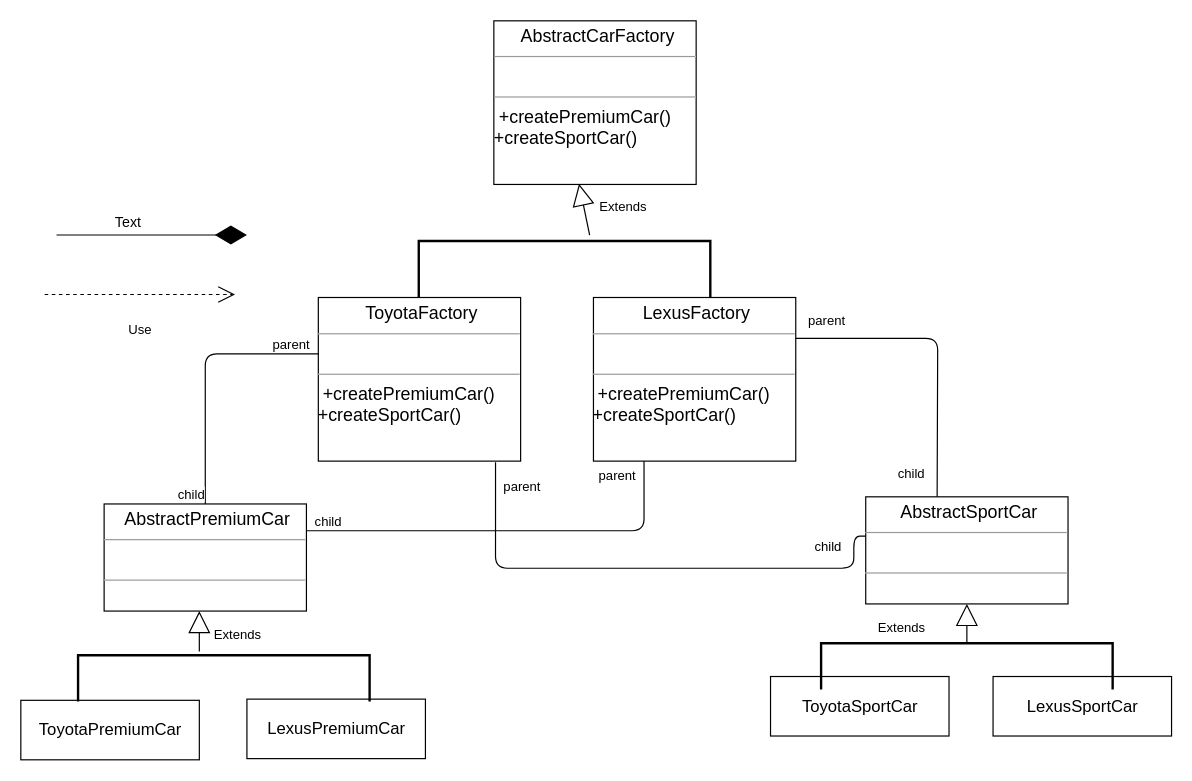
Before: creational/abstract-factory/abs-factory.drawio in MaksShadows/Patterns, a draw.io diagram. Source tidied: cells renumbered, new cells numbered last; positions are measured from the earlier drawing's top-left corner, leaving out a move shared by most shapes. Both pictures are drawn from the tidied source at 119%, with x=0, y=0 at pixel (20, 20).
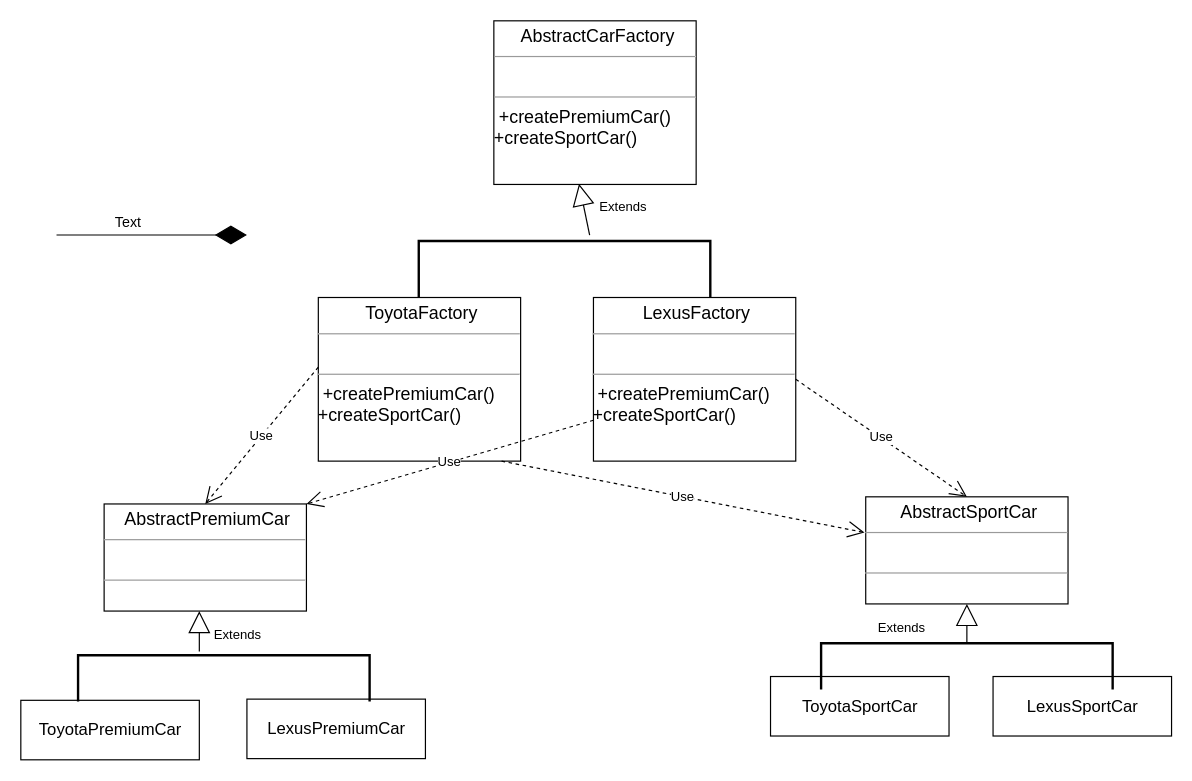
After the change.

The change refers to these unchanged cells:
```xml
<mxCell id="3" value="&lt;p style=&quot;margin: 4px 0px 0px ; text-align: center&quot;&gt;&lt;font&gt;&lt;span style=&quot;font-size: 15px&quot;&gt;&amp;nbsp;&lt;/span&gt;&lt;/font&gt;&lt;span style=&quot;font-size: 15px&quot;&gt;ToyotaFactory&lt;/span&gt;&lt;/p&gt;&lt;hr size=&quot;1&quot; style=&quot;font-size: 15px&quot;&gt;&lt;p style=&quot;margin: 0px 0px 0px 4px ; font-size: 15px&quot;&gt;&lt;font style=&quot;font-size: 15px&quot;&gt;&lt;br&gt;&lt;/font&gt;&lt;/p&gt;&lt;hr size=&quot;1&quot; style=&quot;font-size: 15px&quot;&gt;&lt;p style=&quot;margin: 0px 0px 0px 4px ; font-size: 15px&quot;&gt;&lt;/p&gt;&lt;span style=&quot;text-align: justify&quot;&gt;&lt;font&gt;&lt;span style=&quot;font-size: 15px&quot;&gt;&amp;nbsp;+createPremiumCar&lt;/span&gt;&lt;span style=&quot;font-size: 15px&quot;&gt;()&lt;/span&gt;&lt;br&gt;&lt;/font&gt;&lt;span style=&quot;font-size: 15px&quot;&gt;+createSportCar()&lt;/span&gt;&lt;br&gt;&lt;/span&gt;" style="verticalAlign=top;align=left;overflow=fill;fontSize=12;fontFamily=Helvetica;html=1;" parent="1" vertex="1">
  <mxGeometry x="250" y="232.5" width="170" height="137.5" as="geometry" />
</mxCell>
<mxCell id="5" value="&lt;p style=&quot;margin: 4px 0px 0px ; text-align: center&quot;&gt;&lt;font&gt;&lt;span style=&quot;font-size: 15px&quot;&gt;&amp;nbsp;&lt;/span&gt;&lt;/font&gt;&lt;span style=&quot;font-size: 15px&quot;&gt;LexusFactory&lt;/span&gt;&lt;/p&gt;&lt;hr size=&quot;1&quot; style=&quot;font-size: 15px&quot;&gt;&lt;p style=&quot;margin: 0px 0px 0px 4px ; font-size: 15px&quot;&gt;&lt;font style=&quot;font-size: 15px&quot;&gt;&lt;br&gt;&lt;/font&gt;&lt;/p&gt;&lt;hr size=&quot;1&quot; style=&quot;font-size: 15px&quot;&gt;&lt;p style=&quot;margin: 0px 0px 0px 4px ; font-size: 15px&quot;&gt;&lt;/p&gt;&lt;span style=&quot;text-align: justify&quot;&gt;&lt;font&gt;&lt;span style=&quot;font-size: 15px&quot;&gt;&amp;nbsp;+createPremiumCar&lt;/span&gt;&lt;span style=&quot;font-size: 15px&quot;&gt;()&lt;/span&gt;&lt;br&gt;&lt;/font&gt;&lt;span style=&quot;font-size: 15px&quot;&gt;+createSportCar()&lt;/span&gt;&lt;br&gt;&lt;/span&gt;" style="verticalAlign=top;align=left;overflow=fill;fontSize=12;fontFamily=Helvetica;html=1;" parent="1" vertex="1">
  <mxGeometry x="481.2" y="232.5" width="170" height="137.5" as="geometry" />
</mxCell>
<mxCell id="7" value="&lt;p style=&quot;margin: 4px 0px 0px ; text-align: center&quot;&gt;&lt;font&gt;&lt;span style=&quot;font-size: 15px&quot;&gt;&amp;nbsp;&lt;/span&gt;&lt;/font&gt;&lt;span style=&quot;font-size: 15px&quot;&gt;AbstractPremiumCar&lt;/span&gt;&lt;/p&gt;&lt;hr size=&quot;1&quot; style=&quot;font-size: 15px&quot;&gt;&lt;p style=&quot;margin: 0px 0px 0px 4px ; font-size: 15px&quot;&gt;&lt;font style=&quot;font-size: 15px&quot;&gt;&lt;br&gt;&lt;/font&gt;&lt;/p&gt;&lt;hr size=&quot;1&quot; style=&quot;font-size: 15px&quot;&gt;&lt;p style=&quot;margin: 0px 0px 0px 4px ; font-size: 15px&quot;&gt;&lt;/p&gt;&lt;span style=&quot;text-align: justify&quot;&gt;&lt;font&gt;&lt;span style=&quot;font-size: 15px&quot;&gt;&amp;nbsp;&lt;/span&gt;&lt;/font&gt;&lt;br&gt;&lt;/span&gt;" style="verticalAlign=top;align=left;overflow=fill;fontSize=12;fontFamily=Helvetica;html=1;" parent="1" vertex="1">
  <mxGeometry x="70" y="406" width="170" height="90" as="geometry" />
</mxCell>
<mxCell id="8" value="&lt;p style=&quot;margin: 4px 0px 0px ; text-align: center&quot;&gt;&lt;font&gt;&lt;span style=&quot;font-size: 15px&quot;&gt;&amp;nbsp;&lt;/span&gt;&lt;/font&gt;&lt;span style=&quot;font-size: 15px&quot;&gt;AbstractSportCar&lt;/span&gt;&lt;/p&gt;&lt;hr size=&quot;1&quot; style=&quot;font-size: 15px&quot;&gt;&lt;p style=&quot;margin: 0px 0px 0px 4px ; font-size: 15px&quot;&gt;&lt;font style=&quot;font-size: 15px&quot;&gt;&lt;br&gt;&lt;/font&gt;&lt;/p&gt;&lt;hr size=&quot;1&quot; style=&quot;font-size: 15px&quot;&gt;&lt;p style=&quot;margin: 0px 0px 0px 4px ; font-size: 15px&quot;&gt;&lt;/p&gt;&lt;span style=&quot;text-align: justify&quot;&gt;&lt;font&gt;&lt;span style=&quot;font-size: 15px&quot;&gt;&amp;nbsp;&lt;/span&gt;&lt;/font&gt;&lt;br&gt;&lt;/span&gt;" style="verticalAlign=top;align=left;overflow=fill;fontSize=12;fontFamily=Helvetica;html=1;" parent="1" vertex="1">
  <mxGeometry x="710" y="400" width="170" height="90" as="geometry" />
</mxCell>
```

Change to the diagram source:
```diff
@@
+    <mxCell id="29" style="endArrow=diamondThin;endFill=1;endSize=24;html=1;" parent="1" edge="1">
+      <mxGeometry relative="1" as="geometry">
+        <mxPoint x="30" y="180" as="sourcePoint" />
+        <mxPoint x="190" y="180" as="targetPoint" />
+      </mxGeometry>
+    </mxCell>
+    <mxCell id="31" value="Text" style="text;html=1;align=center;verticalAlign=middle;" parent="1" vertex="1">
+      <mxGeometry x="70" y="160" width="40" height="20" as="geometry" />
+    </mxCell>
-    <mxCell id="17" style="endArrow=none;html=1;edgeStyle=orthogonalEdgeStyle;entryX=0.5;entryY=0;entryDx=0;entryDy=0;exitX=0;exitY=0.345;exitDx=0;exitDy=0;exitPerimeter=0;" parent="1" edge="1" source="3" target="7">
+    <mxCell id="17" value="Use" style="endArrow=open;endSize=12;dashed=1;html=1;exitX=0;exitY=0.425;exitDx=0;exitDy=0;exitPerimeter=0;entryX=0.5;entryY=0;entryDx=0;entryDy=0;" parent="1" edge="1" source="3" target="7">
       <mxGeometry relative="1" as="geometry" />
     </mxCell>
-    <mxCell id="18" value="parent" style="edgeLabel;html=1;align=left;verticalAlign=bottom;" parent="17" vertex="1">
-      <mxGeometry x="-1" relative="1" as="geometry">
-        <mxPoint x="-40" as="offset" />
-      </mxGeometry>
-    </mxCell>
-    <mxCell id="19" value="child" style="edgeLabel;html=1;align=right;verticalAlign=bottom;" parent="17" vertex="1">
-      <mxGeometry x="1" relative="1" as="geometry" />
-    </mxCell>
-    <mxCell id="20" style="endArrow=none;html=1;edgeStyle=orthogonalEdgeStyle;entryX=1;entryY=0.25;entryDx=0;entryDy=0;exitX=0.25;exitY=1;exitDx=0;exitDy=0;" parent="1" edge="1" source="5" target="7">
+    <mxCell id="20" value="Use" style="endArrow=open;endSize=12;dashed=1;html=1;exitX=0;exitY=0.75;exitDx=0;exitDy=0;entryX=1;entryY=0;entryDx=0;entryDy=0;" parent="1" edge="1" source="5" target="7">
       <mxGeometry relative="1" as="geometry" />
     </mxCell>
-    <mxCell id="21" value="parent" style="edgeLabel;html=1;align=left;verticalAlign=bottom;" parent="20" vertex="1">
-      <mxGeometry x="-1" relative="1" as="geometry">
-        <mxPoint x="-40" y="20" as="offset" />
-      </mxGeometry>
-    </mxCell>
-    <mxCell id="22" value="child" style="edgeLabel;html=1;align=right;verticalAlign=bottom;" parent="20" vertex="1">
-      <mxGeometry x="1" relative="1" as="geometry">
-        <mxPoint x="29.7" as="offset" />
-      </mxGeometry>
-    </mxCell>
-    <mxCell id="23" style="endArrow=none;html=1;edgeStyle=orthogonalEdgeStyle;entryX=0.876;entryY=1.007;entryDx=0;entryDy=0;entryPerimeter=0;" parent="1" edge="1" target="3">
-      <mxGeometry relative="1" as="geometry">
-        <mxPoint x="710" y="433" as="sourcePoint" />
-        <Array as="points">
-          <mxPoint x="700" y="433" />
-          <mxPoint x="700" y="460" />
-          <mxPoint x="399" y="460" />
-        </Array>
-      </mxGeometry>
-    </mxCell>
-    <mxCell id="24" value="parent" style="edgeLabel;html=1;align=left;verticalAlign=bottom;" parent="23" vertex="1">
-      <mxGeometry x="-1" relative="1" as="geometry">
-        <mxPoint x="-306" y="-33" as="offset" />
-      </mxGeometry>
-    </mxCell>
-    <mxCell id="25" value="child" style="edgeLabel;html=1;align=right;verticalAlign=bottom;" parent="23" vertex="1">
-      <mxGeometry x="1" relative="1" as="geometry">
-        <mxPoint x="291.1" y="78.9" as="offset" />
-      </mxGeometry>
-    </mxCell>
-    <mxCell id="26" style="endArrow=none;html=1;edgeStyle=orthogonalEdgeStyle;entryX=0.5;entryY=0;entryDx=0;entryDy=0;exitX=1;exitY=0.25;exitDx=0;exitDy=0;" parent="1" edge="1" source="5">
-      <mxGeometry relative="1" as="geometry">
-        <mxPoint x="770" y="400" as="targetPoint" />
-      </mxGeometry>
-    </mxCell>
-    <mxCell id="27" value="parent" style="edgeLabel;html=1;align=left;verticalAlign=bottom;" parent="26" vertex="1">
-      <mxGeometry x="-1" relative="1" as="geometry">
-        <mxPoint x="8.8" y="-6.9" as="offset" />
-      </mxGeometry>
-    </mxCell>
-    <mxCell id="28" value="child" style="edgeLabel;html=1;align=right;verticalAlign=bottom;" parent="26" vertex="1">
-      <mxGeometry x="1" relative="1" as="geometry">
-        <mxPoint x="-10" y="-10.2" as="offset" />
-      </mxGeometry>
-    </mxCell>
-    <mxCell id="29" style="endArrow=diamondThin;endFill=1;endSize=24;html=1;" parent="1" edge="1">
-      <mxGeometry relative="1" as="geometry">
-        <mxPoint x="30" y="180" as="sourcePoint" />
-        <mxPoint x="190" y="180" as="targetPoint" />
-      </mxGeometry>
-    </mxCell>
-    <mxCell id="30" value="Use" style="endArrow=open;endSize=12;dashed=1;html=1;" parent="1" edge="1">
-      <mxGeometry y="-30" relative="1" as="geometry">
-        <mxPoint x="20" y="230" as="sourcePoint" />
-        <mxPoint x="180" y="230" as="targetPoint" />
-      </mxGeometry>
-    </mxCell>
-    <mxCell id="31" value="Text" style="text;html=1;align=center;verticalAlign=middle;" parent="1" vertex="1">
-      <mxGeometry x="70" y="160" width="40" height="20" as="geometry" />
-    </mxCell>
+    <mxCell id="32" value="Use" style="endArrow=open;endSize=12;dashed=1;html=1;exitX=1;exitY=0.5;exitDx=0;exitDy=0;entryX=0.5;entryY=0;entryDx=0;entryDy=0;" parent="1" edge="1" source="5" target="8">
+      <mxGeometry relative="1" as="geometry" />
+    </mxCell>
+    <mxCell id="33" value="Use" style="endArrow=open;endSize=12;dashed=1;html=1;exitX=1;exitY=0.5;exitDx=0;exitDy=0;entryX=-0.006;entryY=0.333;entryDx=0;entryDy=0;entryPerimeter=0;" parent="1" edge="1" target="8">
+      <mxGeometry relative="1" as="geometry">
+        <mxPoint x="404" y="370" as="sourcePoint" />
+      </mxGeometry>
+    </mxCell>
```
